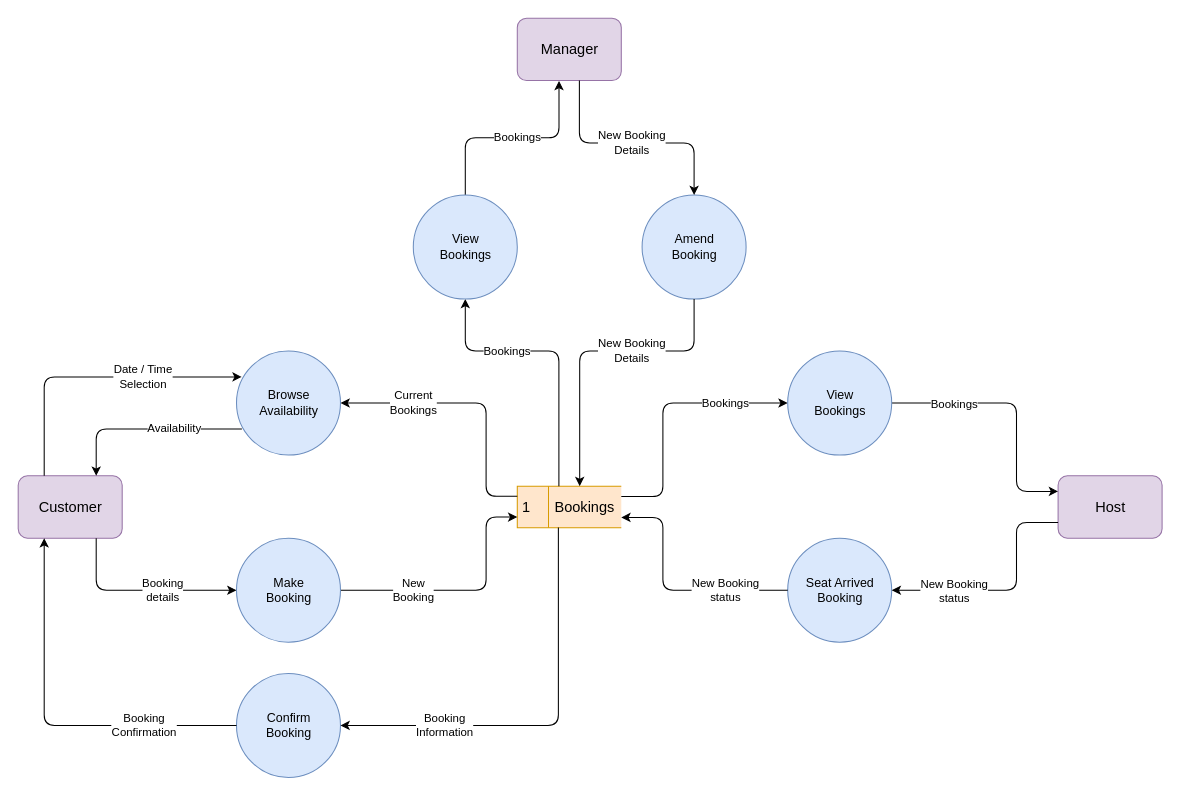
Before: dataflow_diagram/dataflow_diagram_bookings.drawio in korayleigh/t3a2-a, a draw.io diagram. Source tidied: cells renumbered, new cells numbered last; positions are measured from the earlier drawing's top-left corner, leaving out a move shared by most shapes. Both pictures are drawn from the tidied source at 104%, with x=0, y=0 at pixel (18, 18).
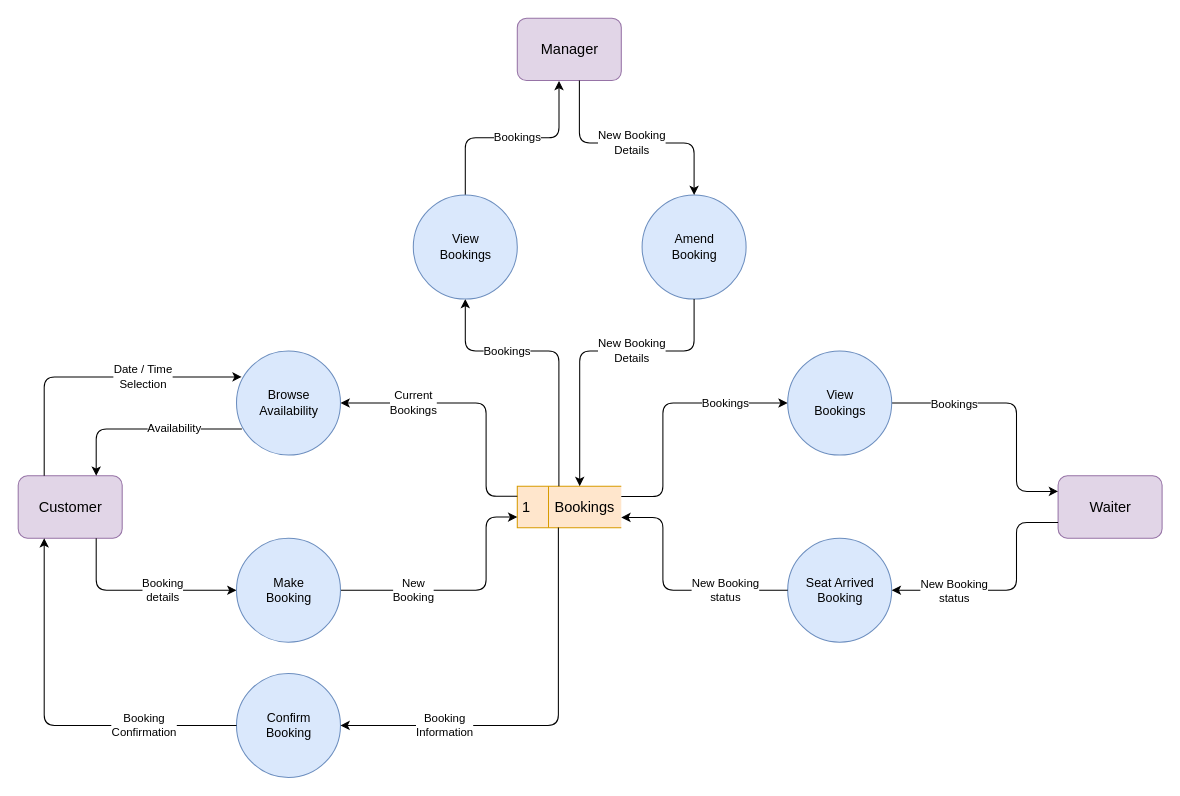
Above is the later version.

Commit message:
rename Bookings diagram Host to Waiter to align with menu/order/user diagram

Diff of the diagram source:
```diff
@@
-    <mxCell id="7" value="Host" style="html=1;dashed=0;whitespace=wrap;rounded=1;fontSize=14;fillColor=#e1d5e7;strokeColor=#9673a6;" parent="1" vertex="1">
+    <mxCell id="7" value="Waiter" style="html=1;dashed=0;whitespace=wrap;rounded=1;fontSize=14;fillColor=#e1d5e7;strokeColor=#9673a6;" parent="1" vertex="1">
       <mxGeometry x="999.9" y="440" width="100" height="60" as="geometry" />
     </mxCell>
```
